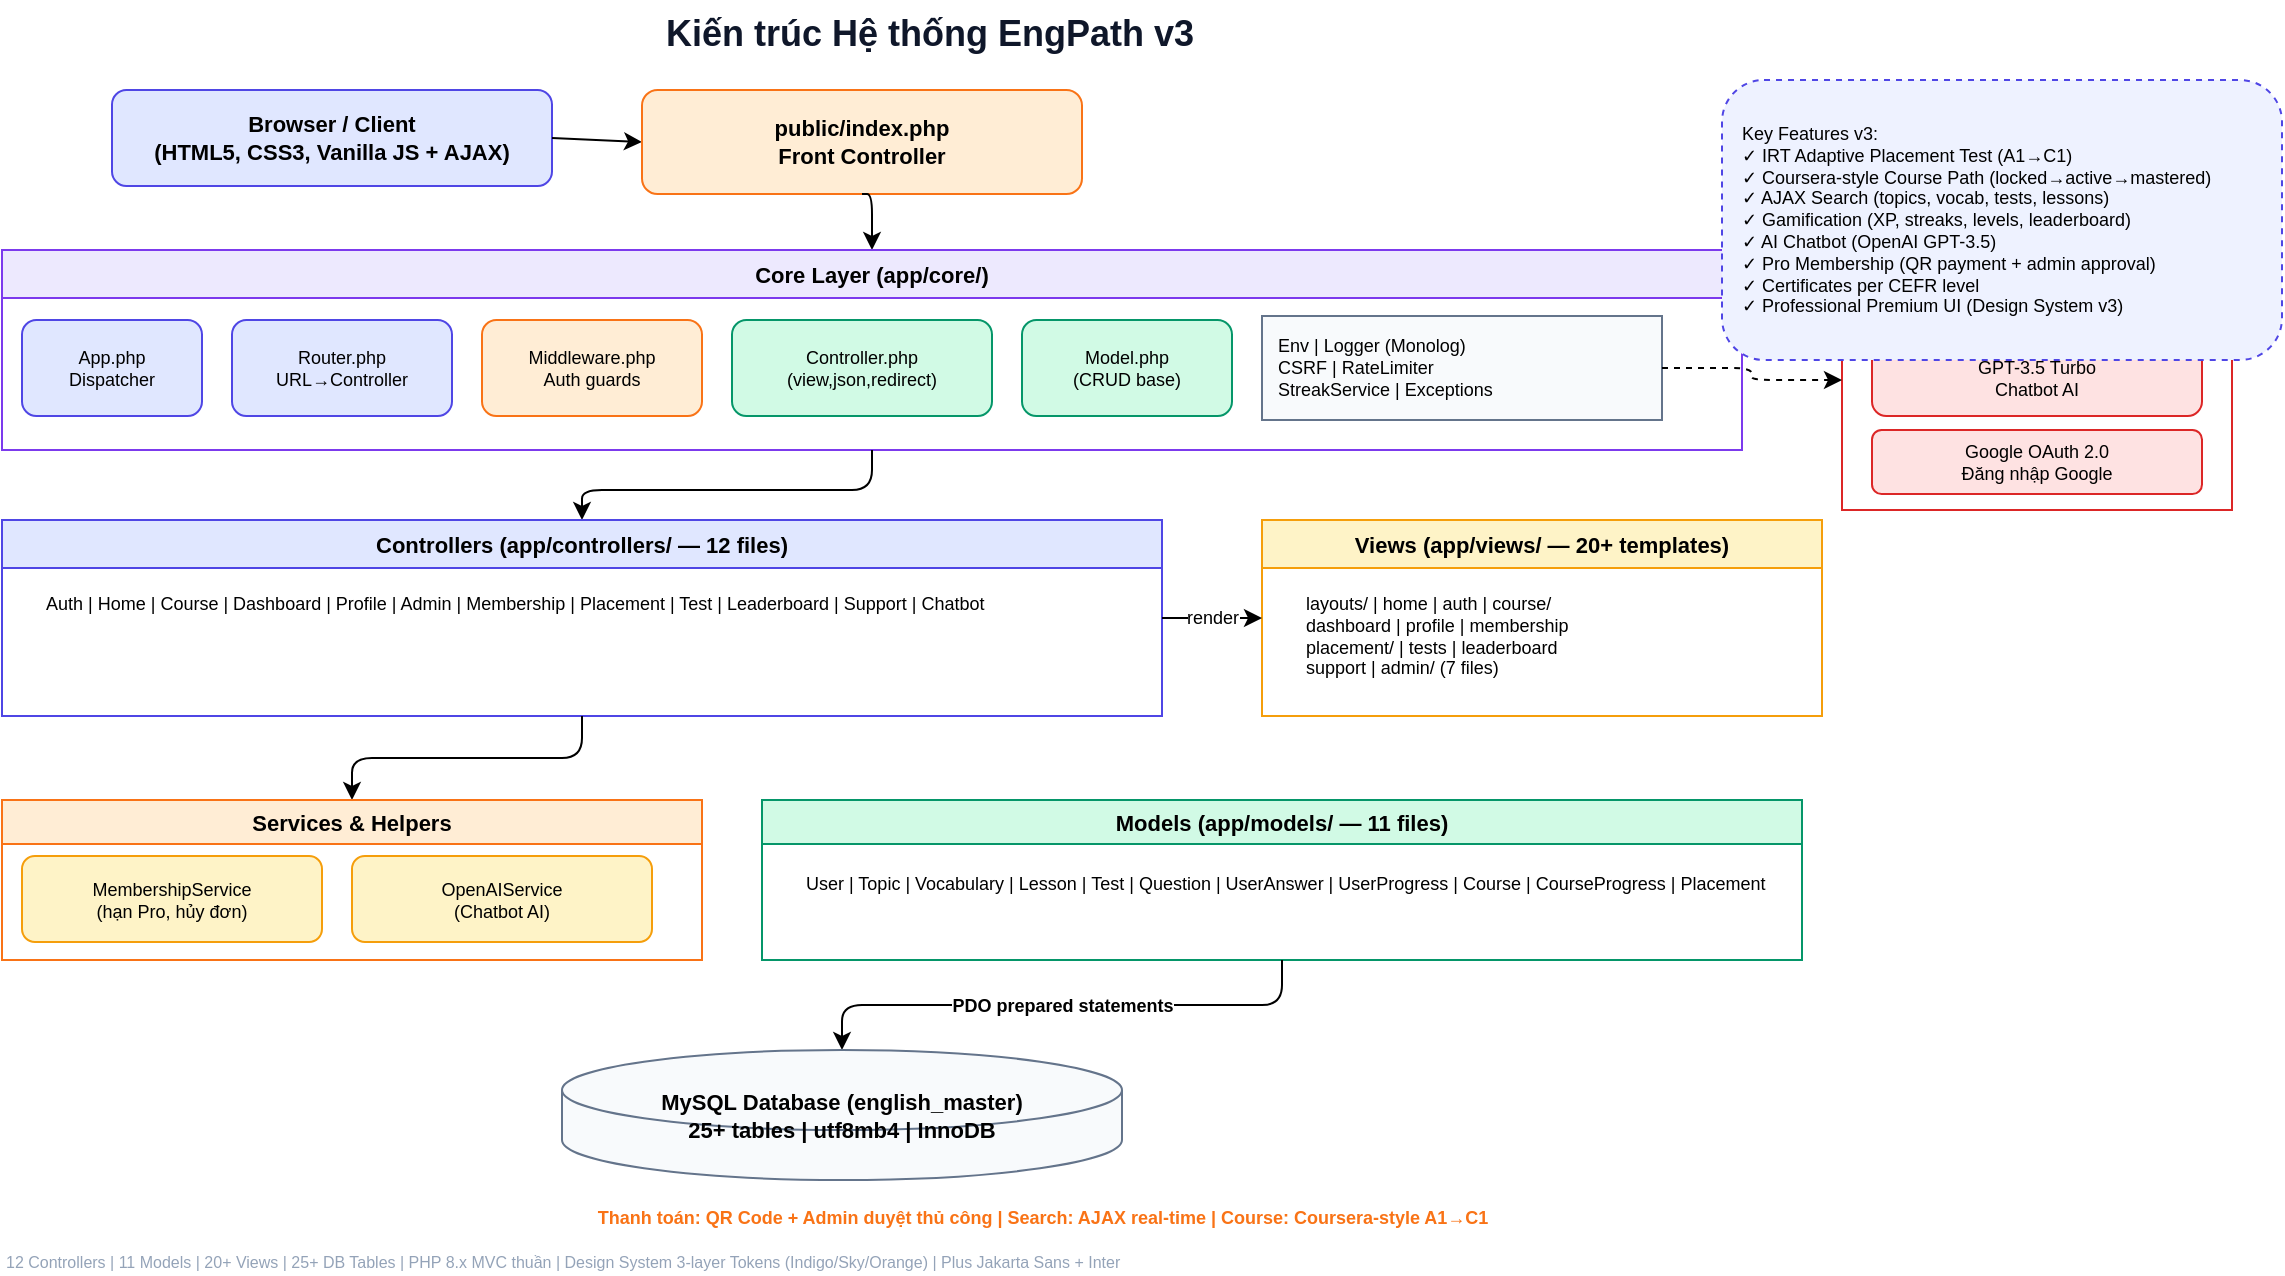
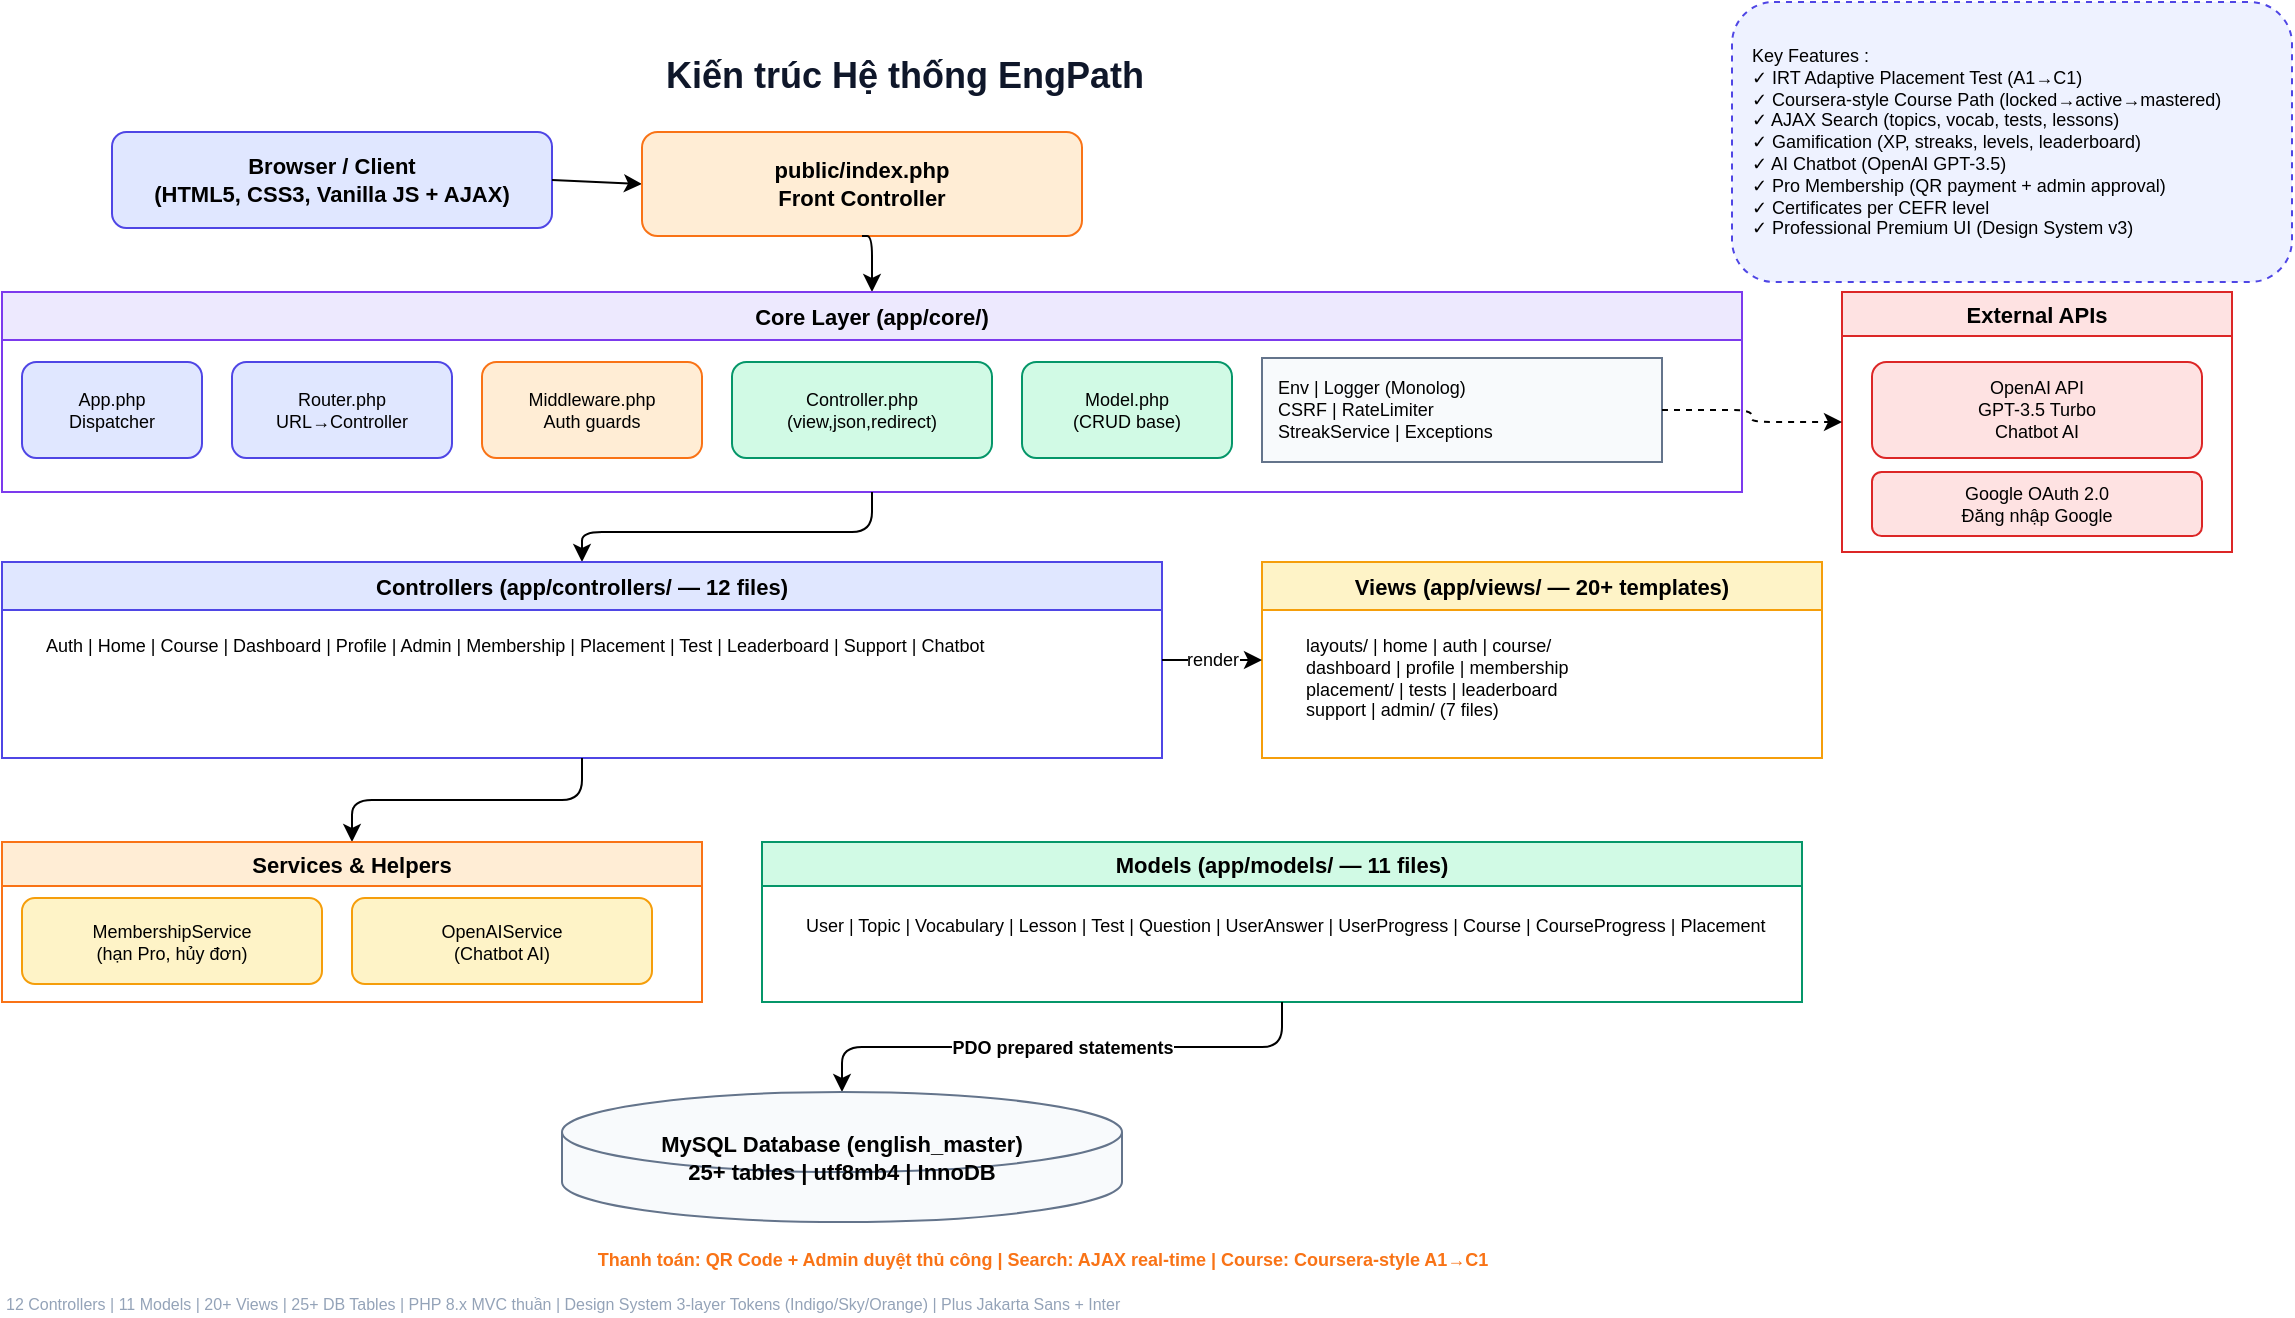
<mxfile host="Electron">
  <diagram name="EngPath Architecture v3" id="0">
-     <mxGraphModel dx="2054" dy="1201" grid="1" gridSize="10" guides="1" tooltips="1" connect="1" arrows="1" fold="1" page="1" pageScale="1" pageWidth="850" pageHeight="1100" math="0" shadow="0">
+     <mxGraphModel dx="1542" dy="914" grid="1" gridSize="10" guides="1" tooltips="1" connect="1" arrows="1" fold="1" page="1" pageScale="1" pageWidth="850" pageHeight="1100" math="0" shadow="0">
      <root>
        <mxCell id="0" />
        <mxCell id="1" parent="0" />
-         <mxCell id="title" parent="1" style="text;html=1;fontSize=18;fontStyle=1;fontColor=#0F172A;" value="Kiến trúc Hệ thống EngPath v3" vertex="1">
+         <mxCell id="title" parent="1" style="text;html=1;fontSize=18;fontStyle=1;fontColor=#0F172A;" value="Kiến trúc Hệ thống EngPath&amp;nbsp;" vertex="1">
          <mxGeometry height="28" width="350" x="600" y="200" as="geometry" />
        </mxCell>
        <mxCell id="browser" parent="1" style="rounded=1;whiteSpace=wrap;html=1;fillColor=#E0E7FF;strokeColor=#4F46E5;fontSize=11;fontStyle=1;" value="Browser / Client&lt;br&gt;(HTML5, CSS3, Vanilla JS + AJAX)" vertex="1">
          <mxGeometry height="48" width="220" x="325" y="245" as="geometry" />
        </mxCell>
        <mxCell id="e1" edge="1" parent="1" source="browser" style="rounded=1;orthogonalLoop=1;jettySize=auto;html=1;exitX=1;exitY=0.5;entryX=0;entryY=0.5;exitDx=0;exitDy=0;entryDx=0;entryDy=0;" target="index" value="">
          <mxGeometry relative="1" as="geometry" />
        </mxCell>
        <mxCell id="index" parent="1" style="rounded=1;whiteSpace=wrap;html=1;fillColor=#FFEDD5;strokeColor=#F97316;fontSize=11;fontStyle=1;" value="public/index.php&lt;br&gt;Front Controller" vertex="1">
          <mxGeometry height="52" width="220" x="590" y="245" as="geometry" />
        </mxCell>
        <mxCell id="e2" edge="1" parent="1" source="index" style="edgeStyle=orthogonalEdgeStyle;rounded=1;orthogonalLoop=1;jettySize=auto;html=1;exitX=0.5;exitY=1;entryX=0.5;entryY=0;" target="core_container" value="">
          <mxGeometry relative="1" as="geometry" />
        </mxCell>
        <mxCell id="core_container" parent="1" style="swimlane;startSize=24;fillColor=#EDE9FE;strokeColor=#7C3AED;fontSize=11;fontStyle=1;" value="Core Layer (app/core/)" vertex="1">
          <mxGeometry height="100" width="870" x="270" y="325" as="geometry" />
        </mxCell>
        <mxCell id="app_core" parent="core_container" style="rounded=1;whiteSpace=wrap;html=1;fillColor=#E0E7FF;strokeColor=#4F46E5;fontSize=9;" value="App.php&lt;br&gt;Dispatcher" vertex="1">
          <mxGeometry height="48" width="90" x="10" y="35" as="geometry" />
        </mxCell>
        <mxCell id="router" parent="core_container" style="rounded=1;whiteSpace=wrap;html=1;fillColor=#E0E7FF;strokeColor=#4F46E5;fontSize=9;" value="Router.php&lt;br&gt;URL→Controller" vertex="1">
          <mxGeometry height="48" width="110" x="115" y="35" as="geometry" />
        </mxCell>
        <mxCell id="middleware" parent="core_container" style="rounded=1;whiteSpace=wrap;html=1;fillColor=#FFEDD5;strokeColor=#F97316;fontSize=9;" value="Middleware.php&lt;br&gt;Auth guards" vertex="1">
          <mxGeometry height="48" width="110" x="240" y="35" as="geometry" />
        </mxCell>
        <mxCell id="ctrl_base" parent="core_container" style="rounded=1;whiteSpace=wrap;html=1;fillColor=#D1FAE5;strokeColor=#059669;fontSize=9;" value="Controller.php&lt;br&gt;(view,json,redirect)" vertex="1">
          <mxGeometry height="48" width="130" x="365" y="35" as="geometry" />
        </mxCell>
        <mxCell id="model_base" parent="core_container" style="rounded=1;whiteSpace=wrap;html=1;fillColor=#D1FAE5;strokeColor=#059669;fontSize=9;" value="Model.php&lt;br&gt;(CRUD base)" vertex="1">
          <mxGeometry height="48" width="105" x="510" y="35" as="geometry" />
        </mxCell>
        <mxCell id="core_utils" parent="core_container" style="rounded=0;whiteSpace=wrap;html=1;fillColor=#F8FAFC;strokeColor=#64748B;fontSize=9;align=left;spacingLeft=6;" value="Env | Logger (Monolog)&lt;br&gt;CSRF | RateLimiter&lt;br&gt;StreakService | Exceptions" vertex="1">
          <mxGeometry height="52" width="200" x="630" y="33" as="geometry" />
        </mxCell>
        <mxCell id="e3" edge="1" parent="1" source="core_container" style="edgeStyle=orthogonalEdgeStyle;rounded=1;orthogonalLoop=1;jettySize=auto;html=1;exitX=0.5;exitY=1;entryX=0.5;entryY=0;" target="ctrl_container" value="">
          <mxGeometry relative="1" as="geometry" />
        </mxCell>
        <mxCell id="ctrl_container" parent="1" style="swimlane;startSize=24;fillColor=#E0E7FF;strokeColor=#4F46E5;fontSize=11;fontStyle=1;" value="Controllers (app/controllers/ — 12 files)" vertex="1">
          <mxGeometry height="98" width="580" x="270" y="460" as="geometry" />
        </mxCell>
        <mxCell id="ctrls" parent="ctrl_container" style="text;html=1;fontSize=9;align=left;spacingLeft=10;" value="Auth | Home | Course | Dashboard | Profile | Admin | Membership | Placement | Test | Leaderboard | Support | Chatbot" vertex="1">
          <mxGeometry height="58" width="560" x="10" y="30" as="geometry" />
        </mxCell>
        <mxCell id="views_container" parent="1" style="swimlane;startSize=24;fillColor=#FEF3C7;strokeColor=#F59E0B;fontSize=11;fontStyle=1;" value="Views (app/views/ — 20+ templates)" vertex="1">
          <mxGeometry height="98" width="280" x="900" y="460" as="geometry" />
        </mxCell>
        <mxCell id="views_list" parent="views_container" style="text;html=1;fontSize=9;align=left;spacingLeft=10;" value="layouts/ | home | auth | course/&lt;br&gt;dashboard | profile | membership&lt;br&gt;placement/ | tests | leaderboard&lt;br&gt;support | admin/ (7 files)" vertex="1">
          <mxGeometry height="58" width="260" x="10" y="30" as="geometry" />
        </mxCell>
        <mxCell id="e4" edge="1" parent="1" source="ctrl_container" style="edgeStyle=orthogonalEdgeStyle;rounded=1;orthogonalLoop=1;jettySize=auto;html=1;exitX=1;exitY=0.5;entryX=0;entryY=0.5;fontSize=9;" target="views_container" value="render">
          <mxGeometry relative="1" as="geometry" />
        </mxCell>
        <mxCell id="e5" edge="1" parent="1" source="ctrl_container" style="edgeStyle=orthogonalEdgeStyle;rounded=1;orthogonalLoop=1;jettySize=auto;html=1;exitX=0.5;exitY=1;entryX=0.5;entryY=0;" target="svc_container" value="">
          <mxGeometry relative="1" as="geometry" />
        </mxCell>
        <mxCell id="svc_container" parent="1" style="swimlane;startSize=22;fillColor=#FFEDD5;strokeColor=#F97316;fontSize=11;fontStyle=1;" value="Services &amp; Helpers" vertex="1">
          <mxGeometry height="80" width="350" x="270" y="600" as="geometry" />
        </mxCell>
        <mxCell id="svc1" parent="svc_container" style="rounded=1;whiteSpace=wrap;html=1;fillColor=#FEF3C7;strokeColor=#F59E0B;fontSize=9;" value="MembershipService&lt;br&gt;(hạn Pro, hủy đơn)" vertex="1">
          <mxGeometry height="43" width="150" x="10" y="28" as="geometry" />
        </mxCell>
        <mxCell id="svc2" parent="svc_container" style="rounded=1;whiteSpace=wrap;html=1;fillColor=#FEF3C7;strokeColor=#F59E0B;fontSize=9;" value="OpenAIService&lt;br&gt;(Chatbot AI)" vertex="1">
          <mxGeometry height="43" width="150" x="175" y="28" as="geometry" />
        </mxCell>
        <mxCell id="model_container" parent="1" style="swimlane;startSize=22;fillColor=#D1FAE5;strokeColor=#059669;fontSize=11;fontStyle=1;" value="Models (app/models/ — 11 files)" vertex="1">
          <mxGeometry height="80" width="520" x="650" y="600" as="geometry" />
        </mxCell>
        <mxCell id="models_list" parent="model_container" style="text;html=1;fontSize=9;align=left;spacingLeft=10;" value="User | Topic | Vocabulary | Lesson | Test | Question | UserAnswer | UserProgress | Course | CourseProgress | Placement" vertex="1">
          <mxGeometry height="40" width="500" x="10" y="30" as="geometry" />
        </mxCell>
        <mxCell id="e6" edge="1" parent="1" source="model_container" style="edgeStyle=orthogonalEdgeStyle;rounded=1;orthogonalLoop=1;jettySize=auto;html=1;exitX=0.5;exitY=1;entryX=0.5;entryY=0;fontSize=9;fontStyle=1;" target="db" value="PDO prepared statements">
          <mxGeometry relative="1" as="geometry" />
        </mxCell>
        <mxCell id="db" parent="1" style="shape=cylinder3;whiteSpace=wrap;html=1;fillColor=#F8FAFC;strokeColor=#64748B;fontSize=11;fontStyle=1;size=20;" value="MySQL Database (english_master)&lt;br&gt;25+ tables | utf8mb4 | InnoDB" vertex="1">
          <mxGeometry height="65" width="280" x="550" y="725" as="geometry" />
        </mxCell>
        <mxCell id="ext_container" parent="1" style="swimlane;startSize=22;fillColor=#FEE2E2;strokeColor=#DC2626;fontSize=11;fontStyle=1;" value="External APIs" vertex="1">
          <mxGeometry height="130" width="195" x="1190" y="325" as="geometry" />
        </mxCell>
        <mxCell id="openai" parent="ext_container" style="rounded=1;whiteSpace=wrap;html=1;fillColor=#FEE2E2;strokeColor=#DC2626;fontSize=9;" value="OpenAI API&lt;br&gt;GPT-3.5 Turbo&lt;br&gt;Chatbot AI" vertex="1">
          <mxGeometry height="48" width="165" x="15" y="35" as="geometry" />
        </mxCell>
        <mxCell id="google_oauth" parent="ext_container" style="rounded=1;whiteSpace=wrap;html=1;fillColor=#FEE2E2;strokeColor=#DC2626;fontSize=9;" value="Google OAuth 2.0&lt;br&gt;Đăng nhập Google" vertex="1">
          <mxGeometry height="32" width="165" x="15" y="90" as="geometry" />
        </mxCell>
        <mxCell id="e7" edge="1" parent="1" source="core_utils" style="edgeStyle=orthogonalEdgeStyle;rounded=1;orthogonalLoop=1;jettySize=auto;html=1;exitX=1;exitY=0.5;entryX=0;entryY=0.5;dashed=1;" target="ext_container" value="">
          <mxGeometry relative="1" as="geometry" />
        </mxCell>
        <mxCell id="note2" parent="1" style="text;html=1;fontSize=9;fontColor=#F97316;fontStyle=1;align=center;" value="Thanh toán: QR Code + Admin duyệt thủ công | Search: AJAX real-time | Course: Coursera-style A1→C1" vertex="1">
          <mxGeometry height="18" width="580" x="500" y="797" as="geometry" />
        </mxCell>
        <mxCell id="note" parent="1" style="text;html=1;fontSize=8;fontColor=#94A3B8;align=left;" value="12 Controllers | 11 Models | 20+ Views | 25+ DB Tables | PHP 8.x MVC thuần | Design System 3-layer Tokens (Indigo/Sky/Orange) | Plus Jakarta Sans + Inter" vertex="1">
          <mxGeometry height="16" width="600" x="270" y="820" as="geometry" />
        </mxCell>
-         <mxCell id="feature_box" parent="1" style="rounded=1;whiteSpace=wrap;html=1;fillColor=#EEF2FF;strokeColor=#4F46E5;fontSize=9;dashed=1;align=left;spacingLeft=8;" value="Key Features v3:&lt;br&gt;✓ IRT Adaptive Placement Test (A1→C1)&lt;br&gt;✓ Coursera-style Course Path (locked→active→mastered)&lt;br&gt;✓ AJAX Search (topics, vocab, tests, lessons)&lt;br&gt;✓ Gamification (XP, streaks, levels, leaderboard)&lt;br&gt;✓ AI Chatbot (OpenAI GPT-3.5)&lt;br&gt;✓ Pro Membership (QR payment + admin approval)&lt;br&gt;✓ Certificates per CEFR level&lt;br&gt;✓ Professional Premium UI (Design System v3)" vertex="1">
-           <mxGeometry height="140" width="280" x="1130" y="240" as="geometry" />
+         <mxCell id="feature_box" parent="1" style="rounded=1;whiteSpace=wrap;html=1;fillColor=#EEF2FF;strokeColor=#4F46E5;fontSize=9;dashed=1;align=left;spacingLeft=8;" value="Key Features :&lt;br&gt;✓ IRT Adaptive Placement Test (A1→C1)&lt;br&gt;✓ Coursera-style Course Path (locked→active→mastered)&lt;br&gt;✓ AJAX Search (topics, vocab, tests, lessons)&lt;br&gt;✓ Gamification (XP, streaks, levels, leaderboard)&lt;br&gt;✓ AI Chatbot (OpenAI GPT-3.5)&lt;br&gt;✓ Pro Membership (QR payment + admin approval)&lt;br&gt;✓ Certificates per CEFR level&lt;br&gt;✓ Professional Premium UI (Design System v3)" vertex="1">
+           <mxGeometry height="140" width="280" x="1135" y="180" as="geometry" />
        </mxCell>
      </root>
    </mxGraphModel>
  </diagram>
</mxfile>
